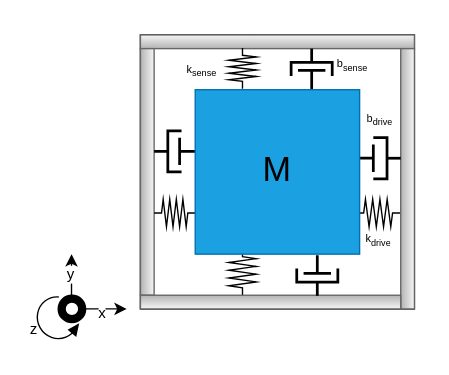
laurenskoetsier/Project-1.4 keeps this draw.io diagram as Schematische tekening MEMS.drawio. Above is the earlier version. Source tidied: cells renumbered, new cells numbered last; positions are measured from the earlier drawing's top-left corner, leaving out a move shared by most shapes. Both pictures are drawn from the tidied source at 137%, with x=0, y=0 at pixel (23, 34).
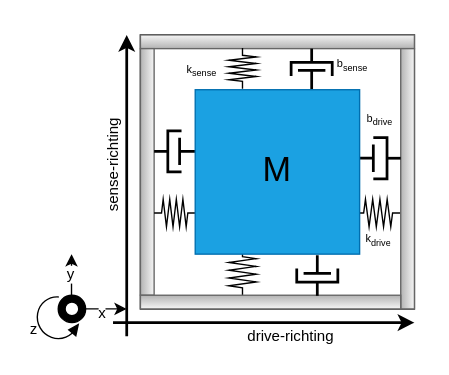
The same diagram, later.

What changed in the source:
```diff
@@
+    <mxCell id="33" style="endArrow=classic;html=1;rounded=0;strokeWidth=2;startArrow=none;startFill=0;endFill=1;" parent="1" edge="1">
+      <mxGeometry relative="1" as="geometry">
+        <mxPoint x="65" y="210" as="sourcePoint" />
+        <mxPoint x="285" y="210" as="targetPoint" />
+      </mxGeometry>
+    </mxCell>
+    <mxCell id="34" style="endArrow=classic;html=1;rounded=0;strokeWidth=2;" parent="1" edge="1">
+      <mxGeometry relative="1" as="geometry">
+        <mxPoint x="75" y="220" as="sourcePoint" />
+        <mxPoint x="75" as="targetPoint" />
+      </mxGeometry>
+    </mxCell>
+    <mxCell id="35" value="&lt;font style=&quot;font-size: 11px;&quot;&gt;drive-richting&lt;/font&gt;" style="text;html=1;align=center;verticalAlign=middle;whiteSpace=wrap;rounded=0;" parent="1" vertex="1">
+      <mxGeometry x="155" y="210" width="80" height="20" as="geometry" />
+    </mxCell>
+    <mxCell id="36" value="&lt;font style=&quot;font-size: 11px;&quot;&gt;sense-richting&lt;/font&gt;" style="text;html=1;align=center;verticalAlign=middle;whiteSpace=wrap;rounded=0;rotation=-90;" parent="1" vertex="1">
+      <mxGeometry x="25" y="85" width="80" height="20" as="geometry" />
+    </mxCell>
```
